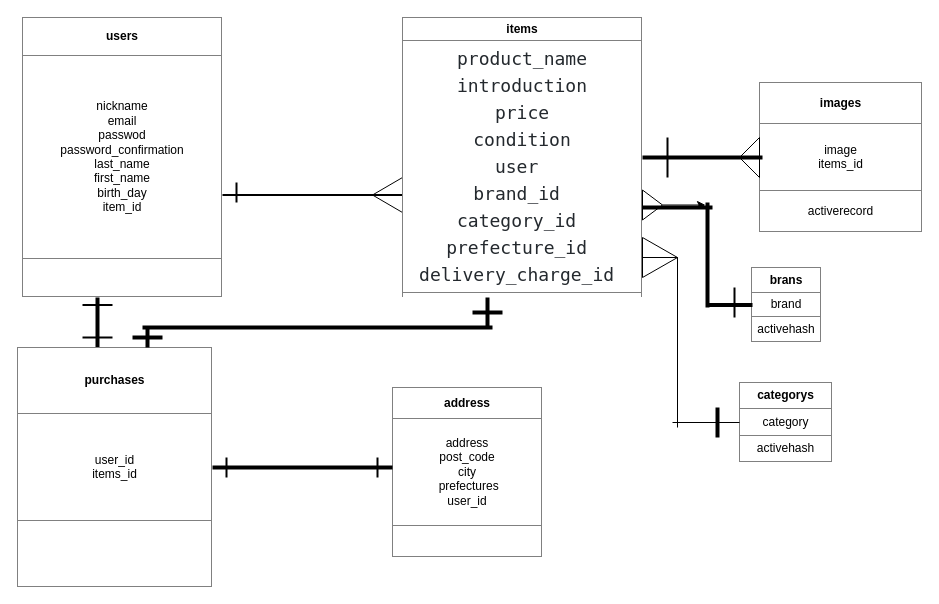
Before: frima_er.dio in psycoprogram0832/furima-37824, a draw.io diagram. Source tidied: cells renumbered, new cells numbered last; positions are measured from the earlier drawing's top-left corner, leaving out a move shared by most shapes. Both pictures are drawn from the tidied source at 100%, with x=0, y=0 at pixel (17, 17).
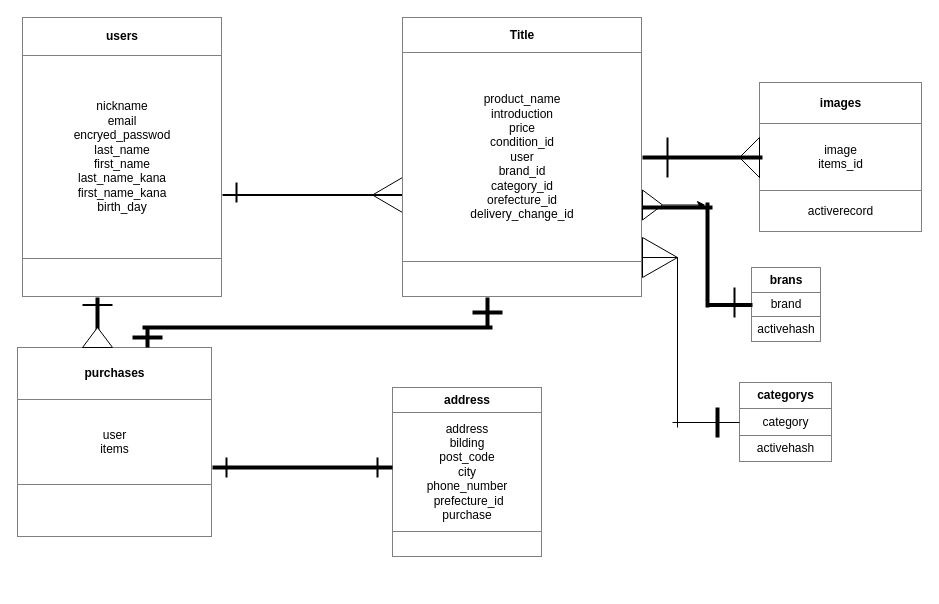
The same diagram, later.

The edit, as a diff of the source:
```diff
@@
-    <mxCell id="4" value="&lt;table border=&quot;1&quot; width=&quot;100%&quot; cellpadding=&quot;4&quot; style=&quot;width: 100% ; height: 100% ; border-collapse: collapse&quot;&gt;&lt;tbody&gt;&lt;tr&gt;&lt;th align=&quot;center&quot;&gt;users&lt;/th&gt;&lt;/tr&gt;&lt;tr&gt;&lt;td align=&quot;center&quot;&gt;nickname&lt;br&gt;email&lt;br&gt;passwod&lt;br&gt;password_confirmation&lt;br&gt;last_name&lt;br&gt;first_name&lt;br&gt;birth_day&lt;br&gt;item_id&lt;br&gt;&lt;/td&gt;&lt;/tr&gt;&lt;tr&gt;&lt;td align=&quot;center&quot;&gt;&lt;br&gt;&lt;/td&gt;&lt;/tr&gt;&lt;/tbody&gt;&lt;/table&gt;" style="text;html=1;strokeColor=none;fillColor=none;overflow=fill;" parent="1" vertex="1">
+    <mxCell id="4" value="&lt;table border=&quot;1&quot; width=&quot;100%&quot; cellpadding=&quot;4&quot; style=&quot;width: 100% ; height: 100% ; border-collapse: collapse&quot;&gt;&lt;tbody&gt;&lt;tr&gt;&lt;th align=&quot;center&quot;&gt;users&lt;/th&gt;&lt;/tr&gt;&lt;tr&gt;&lt;td align=&quot;center&quot;&gt;nickname&lt;br&gt;email&lt;br&gt;encryed_passwod&lt;br&gt;last_name&lt;br&gt;first_name&lt;br&gt;last_name_kana&lt;br&gt;first_name_kana&lt;br&gt;birth_day&lt;br&gt;&lt;/td&gt;&lt;/tr&gt;&lt;tr&gt;&lt;td align=&quot;center&quot;&gt;&lt;br&gt;&lt;/td&gt;&lt;/tr&gt;&lt;/tbody&gt;&lt;/table&gt;" style="text;html=1;strokeColor=none;fillColor=none;overflow=fill;" parent="1" vertex="1">
       <mxGeometry x="5" width="200" height="280" as="geometry" />
     </mxCell>
-    <mxCell id="5" value="&lt;table border=&quot;1&quot; width=&quot;100%&quot; cellpadding=&quot;4&quot; style=&quot;width: 100% ; height: 100% ; border-collapse: collapse&quot;&gt;&lt;tbody&gt;&lt;tr&gt;&lt;th align=&quot;center&quot;&gt;address&lt;/th&gt;&lt;/tr&gt;&lt;tr&gt;&lt;td align=&quot;center&quot;&gt;address&lt;br&gt;post_code&lt;br&gt;city&lt;br&gt;&amp;nbsp;prefectures&lt;br&gt;user_id&lt;br&gt;&lt;/td&gt;&lt;/tr&gt;&lt;tr&gt;&lt;td align=&quot;center&quot;&gt;&lt;br&gt;&lt;/td&gt;&lt;/tr&gt;&lt;/tbody&gt;&lt;/table&gt;" style="text;html=1;strokeColor=none;fillColor=none;overflow=fill;" parent="1" vertex="1">
+    <mxCell id="5" value="&lt;table border=&quot;1&quot; width=&quot;100%&quot; cellpadding=&quot;4&quot; style=&quot;width: 100% ; height: 100% ; border-collapse: collapse&quot;&gt;&lt;tbody&gt;&lt;tr&gt;&lt;th align=&quot;center&quot;&gt;address&lt;/th&gt;&lt;/tr&gt;&lt;tr&gt;&lt;td align=&quot;center&quot;&gt;address&lt;br&gt;bilding&lt;br&gt;post_code&lt;br&gt;city&lt;br&gt;phone_number&lt;br&gt;&amp;nbsp;prefecture_id&lt;br&gt;purchase&lt;/td&gt;&lt;/tr&gt;&lt;tr&gt;&lt;td align=&quot;center&quot;&gt;&lt;br&gt;&lt;/td&gt;&lt;/tr&gt;&lt;/tbody&gt;&lt;/table&gt;" style="text;html=1;strokeColor=none;fillColor=none;overflow=fill;" parent="1" vertex="1">
       <mxGeometry x="375" y="370" width="150" height="170" as="geometry" />
     </mxCell>
@@
-    <mxCell id="9" value="&lt;table border=&quot;1&quot; width=&quot;100%&quot; cellpadding=&quot;4&quot; style=&quot;width: 100% ; height: 100% ; border-collapse: collapse&quot;&gt;&lt;tbody&gt;&lt;tr&gt;&lt;th align=&quot;center&quot;&gt;items&lt;/th&gt;&lt;/tr&gt;&lt;tr&gt;&lt;td align=&quot;center&quot;&gt;&lt;div style=&quot;color: rgb(36 , 41 , 46) ; background-color: rgb(255 , 255 , 255) ; font-family: &amp;#34;ricty diminished&amp;#34; , &amp;#34;menlo&amp;#34; , &amp;#34;monaco&amp;#34; , &amp;#34;courier new&amp;#34; , monospace ; font-size: 18px ; line-height: 27px&quot;&gt;&lt;div&gt; product_name&lt;/div&gt;&lt;div&gt;&amp;nbsp;introduction&amp;nbsp;&lt;/div&gt;&lt;div&gt;&amp;nbsp;price&amp;nbsp;&lt;/div&gt;&lt;div&gt;condition&lt;/div&gt;&lt;div&gt;user&amp;nbsp;&lt;/div&gt;&lt;div&gt;brand_id&amp;nbsp;&lt;/div&gt;&lt;div&gt;category_id&amp;nbsp;&lt;/div&gt;&lt;div&gt;prefecture_id&amp;nbsp;&lt;/div&gt;&lt;div&gt;&lt;span style=&quot;text-align: left&quot;&gt;delivery_charge_id&amp;nbsp;&lt;/span&gt;&lt;/div&gt;&lt;/div&gt;&lt;/td&gt;&lt;/tr&gt;&lt;tr&gt;&lt;td align=&quot;center&quot;&gt;&lt;br&gt;&lt;/td&gt;&lt;/tr&gt;&lt;/tbody&gt;&lt;/table&gt;" style="text;html=1;strokeColor=none;fillColor=none;overflow=fill;" parent="1" vertex="1">
-      <mxGeometry x="385" width="240" height="280" as="geometry" />
-    </mxCell>
@@
-    <mxCell id="27" style="line;strokeWidth=2;html=1;" parent="1" vertex="1">
-      <mxGeometry x="65" y="315" width="30" height="10" as="geometry" />
-    </mxCell>
-    <mxCell id="28" value="&lt;table border=&quot;1&quot; width=&quot;100%&quot; cellpadding=&quot;4&quot; style=&quot;width: 100% ; height: 100% ; border-collapse: collapse&quot;&gt;&lt;tbody&gt;&lt;tr&gt;&lt;th align=&quot;center&quot;&gt;purchases&lt;/th&gt;&lt;/tr&gt;&lt;tr&gt;&lt;td align=&quot;center&quot;&gt;user_id&lt;br&gt;items_id&lt;/td&gt;&lt;/tr&gt;&lt;tr&gt;&lt;td align=&quot;center&quot;&gt;&lt;br&gt;&lt;/td&gt;&lt;/tr&gt;&lt;/tbody&gt;&lt;/table&gt;" style="text;html=1;strokeColor=none;fillColor=none;overflow=fill;" parent="1" vertex="1">
-      <mxGeometry y="330" width="195" height="240" as="geometry" />
+    <mxCell id="28" value="&lt;table border=&quot;1&quot; width=&quot;100%&quot; cellpadding=&quot;4&quot; style=&quot;width: 100% ; height: 100% ; border-collapse: collapse&quot;&gt;&lt;tbody&gt;&lt;tr&gt;&lt;th align=&quot;center&quot;&gt;purchases&lt;/th&gt;&lt;/tr&gt;&lt;tr&gt;&lt;td align=&quot;center&quot;&gt;user&lt;br&gt;items&lt;/td&gt;&lt;/tr&gt;&lt;tr&gt;&lt;td align=&quot;center&quot;&gt;&lt;br&gt;&lt;/td&gt;&lt;/tr&gt;&lt;/tbody&gt;&lt;/table&gt;" style="text;html=1;strokeColor=none;fillColor=none;overflow=fill;" parent="1" vertex="1">
+      <mxGeometry y="330" width="195" height="190" as="geometry" />
     </mxCell>
@@
+    <mxCell id="37" style="triangle;whiteSpace=wrap;html=1;direction=north;" parent="1" vertex="1">
+      <mxGeometry x="65" y="310" width="30" height="20" as="geometry" />
+    </mxCell>
+    <mxCell id="38" value="&lt;table border=&quot;1&quot; width=&quot;100%&quot; cellpadding=&quot;4&quot; style=&quot;width: 100% ; height: 100% ; border-collapse: collapse&quot;&gt;&lt;tbody&gt;&lt;tr&gt;&lt;th align=&quot;center&quot;&gt;&lt;b&gt;Title&lt;/b&gt;&lt;/th&gt;&lt;/tr&gt;&lt;tr&gt;&lt;td align=&quot;center&quot;&gt;product_name&lt;br&gt;introduction&lt;br&gt;price&lt;br&gt;condition_id&lt;br&gt;user&lt;br&gt;brand_id&lt;br&gt;category_id&lt;br&gt;orefecture_id&lt;br&gt;delivery_change_id&lt;/td&gt;&lt;/tr&gt;&lt;tr&gt;&lt;td align=&quot;center&quot;&gt;&lt;br&gt;&lt;/td&gt;&lt;/tr&gt;&lt;/tbody&gt;&lt;/table&gt;" style="text;html=1;strokeColor=none;fillColor=none;overflow=fill;" parent="1" vertex="1">
+      <mxGeometry x="385" width="240" height="280" as="geometry" />
+    </mxCell>
```
